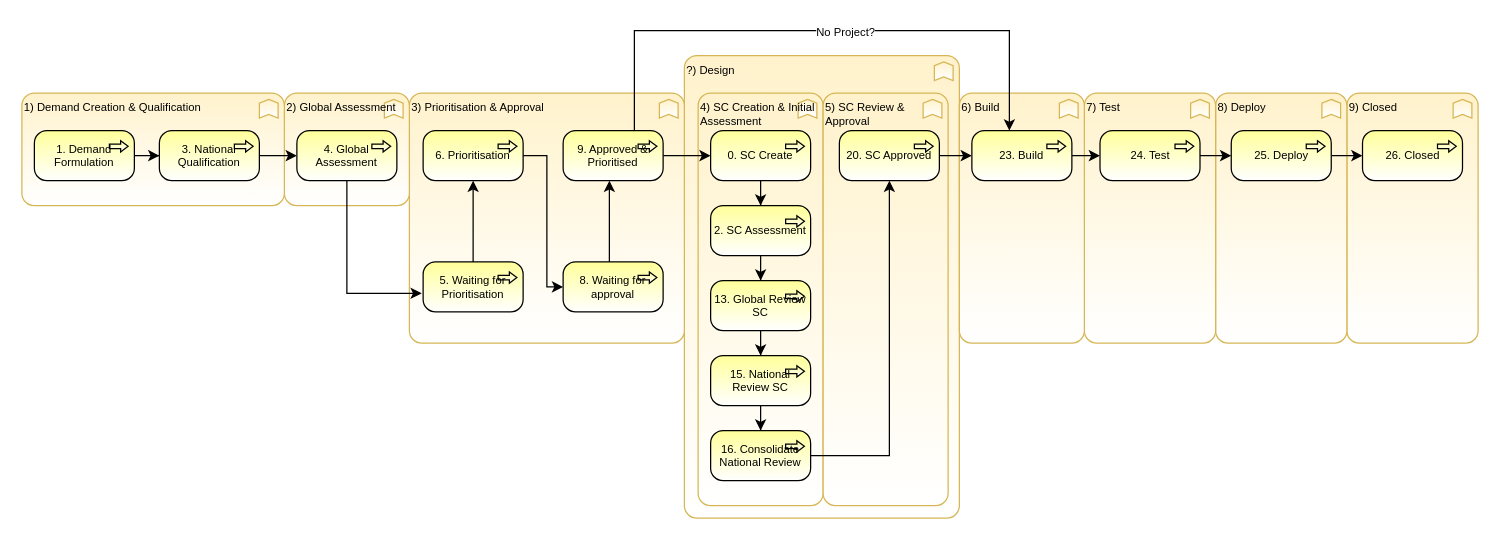
The draw.io diagram page "Page-1" (1 of 2) of SnowOpmf.drawio in algimas/tmp, before the edit. Source tidied: cells renumbered, new cells numbered last; positions are measured from the earlier drawing's top-left corner, leaving out a move shared by most shapes. Both pictures are drawn from the tidied source at 125%, with x=0, y=0 at pixel (21, 30).
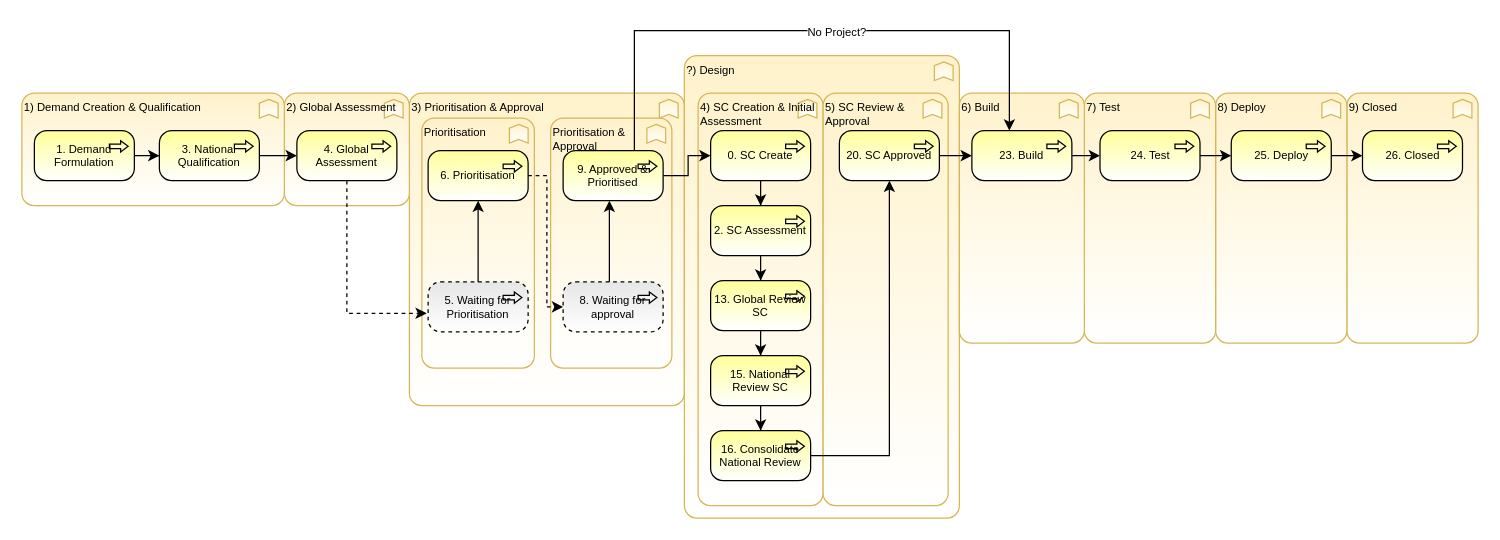
The same diagram, later.

Unchanged cells that the change refers to:
```xml
<mxCell id="17" value="4. Global Assessment" style="html=1;outlineConnect=0;whiteSpace=wrap;fillColor=#ffff99;shape=mxgraph.archimate3.application;appType=proc;archiType=rounded;gradientColor=#ffffff;fontSize=9;" parent="1" vertex="1">
  <mxGeometry x="220" y="80" width="80" height="40" as="geometry" />
</mxCell>
```

Change to the diagram source:
```diff
@@
+    <mxCell id="9" value="3) Prioritisation &amp;amp; Approval" style="html=1;whiteSpace=wrap;fillColor=#fff2cc;shape=mxgraph.archimate3.application;appType=func;archiType=rounded;fontSize=9;align=left;strokeColor=#d6b656;gradientColor=#ffffff;verticalAlign=top;" parent="1" vertex="1">
+      <mxGeometry x="310" y="50" width="220" height="250" as="geometry" />
+    </mxCell>
+    <mxCell id="47" value="Prioritisation &amp;amp; Approval" style="html=1;whiteSpace=wrap;fillColor=#fff2cc;shape=mxgraph.archimate3.application;appType=func;archiType=rounded;fontSize=9;align=left;strokeColor=#d6b656;gradientColor=#ffffff;verticalAlign=top;" parent="1" vertex="1">
+      <mxGeometry x="423" y="70" width="97" height="200" as="geometry" />
+    </mxCell>
+    <mxCell id="48" value="Prioritisation" style="html=1;whiteSpace=wrap;fillColor=#fff2cc;shape=mxgraph.archimate3.application;appType=func;archiType=rounded;fontSize=9;align=left;strokeColor=#d6b656;gradientColor=#ffffff;verticalAlign=top;" parent="1" vertex="1">
+      <mxGeometry x="320" y="70" width="90" height="200" as="geometry" />
+    </mxCell>
@@
-    <mxCell id="9" value="3) Prioritisation &amp;amp; Approval" style="html=1;whiteSpace=wrap;fillColor=#fff2cc;shape=mxgraph.archimate3.application;appType=func;archiType=rounded;fontSize=9;align=left;strokeColor=#d6b656;gradientColor=#ffffff;verticalAlign=top;" parent="1" vertex="1">
-      <mxGeometry x="310" y="50" width="220" height="200" as="geometry" />
-    </mxCell>
@@
-    <mxCell id="16" style="edgeStyle=orthogonalEdgeStyle;rounded=0;jettySize=auto;html=1;fontSize=9;entryX=-0.014;entryY=0.629;entryDx=0;entryDy=0;entryPerimeter=0;exitX=0.5;exitY=1;exitDx=0;exitDy=0;exitPerimeter=0;" parent="1" edge="1" source="17" target="34">
+    <mxCell id="16" style="edgeStyle=orthogonalEdgeStyle;rounded=0;jettySize=auto;html=1;fontSize=9;entryX=-0.014;entryY=0.629;entryDx=0;entryDy=0;entryPerimeter=0;exitX=0.5;exitY=1;exitDx=0;exitDy=0;exitPerimeter=0;dashed=1;" parent="1" edge="1" source="17" target="34">
       <mxGeometry relative="1" as="geometry">
         <Array as="points">
-          <mxPoint x="260" y="210" />
+          <mxPoint x="260" y="226" />
         </Array>
       </mxGeometry>
     </mxCell>
@@
-    <mxCell id="18" style="edgeStyle=orthogonalEdgeStyle;rounded=0;jettySize=auto;html=1;fontSize=9;entryX=0;entryY=0.5;entryDx=0;entryDy=0;entryPerimeter=0;" parent="1" edge="1" source="19" target="36">
+    <mxCell id="18" style="edgeStyle=orthogonalEdgeStyle;rounded=0;jettySize=auto;html=1;fontSize=9;entryX=0;entryY=0.5;entryDx=0;entryDy=0;entryPerimeter=0;dashed=1;" parent="1" edge="1" source="19" target="36">
       <mxGeometry relative="1" as="geometry">
         <Array as="points">
-          <mxPoint x="420" y="100" />
-          <mxPoint x="420" y="205" />
+          <mxPoint x="420" y="116" />
+          <mxPoint x="420" y="221" />
         </Array>
       </mxGeometry>
     </mxCell>
     <mxCell id="19" value="6. Prioritisation" style="html=1;outlineConnect=0;whiteSpace=wrap;fillColor=#ffff99;shape=mxgraph.archimate3.application;appType=proc;archiType=rounded;gradientColor=#ffffff;fontSize=9;" parent="1" vertex="1">
-      <mxGeometry x="321" y="80" width="80" height="40" as="geometry" />
+      <mxGeometry x="325" y="96" width="80" height="40" as="geometry" />
     </mxCell>
@@
     <mxCell id="23" value="9. Approved &amp;amp; Prioritised" style="html=1;outlineConnect=0;whiteSpace=wrap;fillColor=#ffff99;shape=mxgraph.archimate3.application;appType=proc;archiType=rounded;gradientColor=#ffffff;fontSize=9;" parent="1" vertex="1">
-      <mxGeometry x="433" y="80" width="80" height="40" as="geometry" />
+      <mxGeometry x="433" y="96" width="80" height="40" as="geometry" />
     </mxCell>
@@
-    <mxCell id="34" value="5. Waiting for Prioritisation" style="html=1;outlineConnect=0;whiteSpace=wrap;fillColor=#ffff99;shape=mxgraph.archimate3.application;appType=proc;archiType=rounded;gradientColor=#ffffff;fontSize=9;" parent="1" vertex="1">
-      <mxGeometry x="321" y="185" width="80" height="40" as="geometry" />
+    <mxCell id="34" value="5. Waiting for Prioritisation" style="html=1;outlineConnect=0;whiteSpace=wrap;shape=mxgraph.archimate3.application;appType=proc;archiType=rounded;fontSize=9;sketch=0;shadow=0;dashed=1;gradientColor=#ffffff;fillColor=#E6E6E6;" parent="1" vertex="1">
+      <mxGeometry x="325" y="201" width="80" height="40" as="geometry" />
     </mxCell>
     <mxCell id="35" style="edgeStyle=orthogonalEdgeStyle;rounded=0;jettySize=auto;html=1;fontSize=9;" parent="1" edge="1" source="36" target="23">
       <mxGeometry relative="1" as="geometry">
         <Array as="points">
-          <mxPoint x="470" y="160" />
-          <mxPoint x="470" y="160" />
+          <mxPoint x="470" y="176" />
+          <mxPoint x="470" y="176" />
         </Array>
       </mxGeometry>
     </mxCell>
-    <mxCell id="36" value="8. Waiting for approval" style="html=1;outlineConnect=0;whiteSpace=wrap;fillColor=#ffff99;shape=mxgraph.archimate3.application;appType=proc;archiType=rounded;gradientColor=#ffffff;fontSize=9;" parent="1" vertex="1">
-      <mxGeometry x="433" y="185" width="80" height="40" as="geometry" />
+    <mxCell id="36" value="8. Waiting for approval" style="html=1;outlineConnect=0;whiteSpace=wrap;shape=mxgraph.archimate3.application;appType=proc;archiType=rounded;gradientColor=#ffffff;fontSize=9;dashed=1;fillColor=#E6E6E6;" parent="1" vertex="1">
+      <mxGeometry x="433" y="201" width="80" height="40" as="geometry" />
     </mxCell>
```
